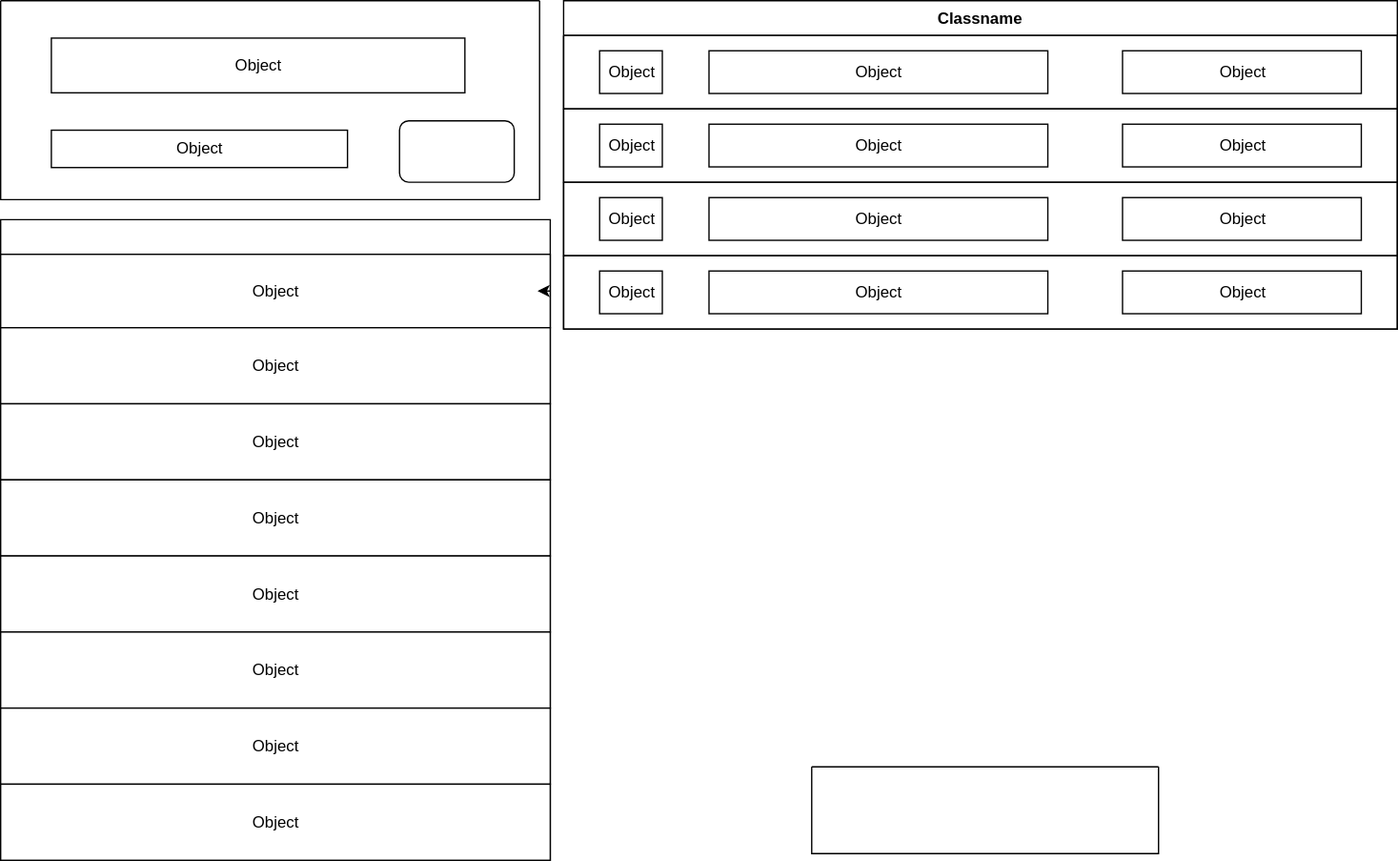
Earlier version of the draw.io export src/resources/wireframes.drawio.svg (simik394/1note-organizer). Source tidied: cells renumbered, new cells last; positions are measured from the earlier drawing's top-left corner, leaving out a move shared by most shapes.
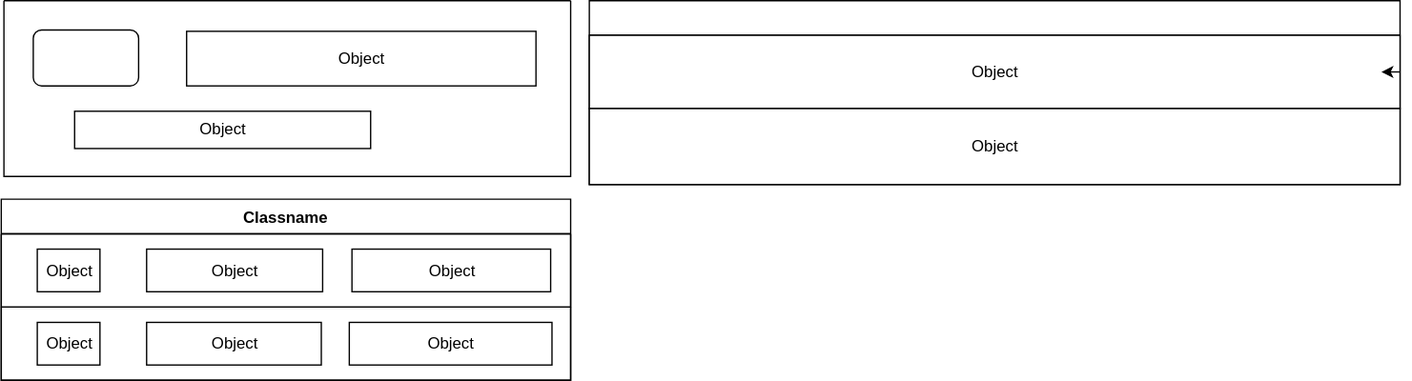
The same file after the commit.

Diff of the diagram source:
```diff
@@ -3,100 +3,55 @@
     <mxCell id="0" />
     <mxCell id="1" parent="0" />
     <mxCell id="2" style="swimlane;startSize=0;" parent="1" vertex="1">
-      <mxGeometry width="404" height="149" as="geometry" />
+      <mxGeometry y="-2" width="425" height="132" as="geometry" />
     </mxCell>
     <mxCell id="3" value="Object" style="html=1;" parent="2" vertex="1">
-      <mxGeometry x="38" y="97" width="222" height="28" as="geometry" />
+      <mxGeometry x="53" y="83" width="222" height="28" as="geometry" />
     </mxCell>
     <mxCell id="4" value="Object" style="html=1;" parent="2" vertex="1">
-      <mxGeometry x="38" y="28" width="310" height="41" as="geometry" />
+      <mxGeometry x="137" y="23" width="262" height="41" as="geometry" />
     </mxCell>
     <mxCell id="5" style="rounded=1;whiteSpace=wrap;html=1;" parent="2" vertex="1">
-      <mxGeometry x="299" y="90" width="86" height="46" as="geometry" />
+      <mxGeometry x="22" y="22" width="79" height="42" as="geometry" />
     </mxCell>
     <mxCell id="6" style="swimlane;fontStyle=1;align=center;verticalAlign=top;horizontal=1;startSize=26;" parent="1" vertex="1">
-      <mxGeometry y="164" width="412" height="480" as="geometry" />
+      <mxGeometry x="439" y="-2" width="608" height="138" as="geometry" />
     </mxCell>
     <mxCell id="7" value="Object" style="html=1;" parent="6" vertex="1">
-      <mxGeometry y="26" width="412" height="55" as="geometry" />
+      <mxGeometry y="26" width="608" height="55" as="geometry" />
     </mxCell>
     <mxCell id="8" value="Object" style="html=1;" parent="6" vertex="1">
-      <mxGeometry y="81" width="412" height="57" as="geometry" />
+      <mxGeometry y="81" width="608" height="57" as="geometry" />
     </mxCell>
-    <mxCell id="9" value="Object" style="html=1;" parent="6" vertex="1">
-      <mxGeometry y="138" width="412" height="57" as="geometry" />
-    </mxCell>
-    <mxCell id="10" value="Object" style="html=1;" parent="6" vertex="1">
-      <mxGeometry y="195" width="412" height="57" as="geometry" />
-    </mxCell>
-    <mxCell id="11" value="Object" style="html=1;" parent="6" vertex="1">
-      <mxGeometry y="252" width="412" height="57" as="geometry" />
-    </mxCell>
-    <mxCell id="12" value="Object" style="html=1;" parent="6" vertex="1">
-      <mxGeometry y="309" width="412" height="57" as="geometry" />
-    </mxCell>
-    <mxCell id="13" value="Object" style="html=1;" parent="6" vertex="1">
-      <mxGeometry y="366" width="412" height="57" as="geometry" />
-    </mxCell>
-    <mxCell id="14" value="Object" style="html=1;" parent="6" vertex="1">
-      <mxGeometry y="423" width="412" height="57" as="geometry" />
-    </mxCell>
     <mxCell id="15" style="edgeStyle=orthogonalEdgeStyle;rounded=0;orthogonalLoop=1;jettySize=auto;html=1;exitX=1;exitY=0.5;exitDx=0;exitDy=0;entryX=0.977;entryY=0.509;entryDx=0;entryDy=0;entryPerimeter=0;" parent="6" edge="1" source="7" target="7">
       <mxGeometry relative="1" as="geometry" />
     </mxCell>
-    <mxCell id="16" style="swimlane;startSize=0;" parent="1" vertex="1">
-      <mxGeometry x="608" y="574" width="260" height="65" as="geometry" />
-    </mxCell>
     <mxCell id="17" value="Classname" style="swimlane;fontStyle=1;align=center;verticalAlign=top;horizontal=1;startSize=26;" parent="1" vertex="1">
-      <mxGeometry x="422" width="625" height="246" as="geometry" />
+      <mxGeometry x="-2" y="147" width="427" height="136" as="geometry" />
     </mxCell>
     <mxCell id="18" style="swimlane;startSize=0;" parent="17" vertex="1">
-      <mxGeometry y="26" width="625" height="55" as="geometry" />
+      <mxGeometry y="26" width="427" height="55" as="geometry" />
     </mxCell>
     <mxCell id="19" value="Object" style="html=1;" parent="18" vertex="1">
       <mxGeometry x="27" y="11.5" width="47" height="32" as="geometry" />
     </mxCell>
     <mxCell id="20" value="Object" style="html=1;" parent="18" vertex="1">
-      <mxGeometry x="109" y="11.5" width="254" height="32" as="geometry" />
+      <mxGeometry x="109" y="11.5" width="132" height="32" as="geometry" />
     </mxCell>
     <mxCell id="21" value="Object" style="html=1;" parent="18" vertex="1">
-      <mxGeometry x="419" y="11.5" width="179" height="32" as="geometry" />
+      <mxGeometry x="263" y="11.5" width="149" height="32" as="geometry" />
     </mxCell>
     <mxCell id="22" style="swimlane;startSize=0;" parent="17" vertex="1">
-      <mxGeometry y="81" width="625" height="55" as="geometry" />
+      <mxGeometry y="81" width="427" height="55" as="geometry" />
     </mxCell>
     <mxCell id="23" value="Object" style="html=1;" parent="22" vertex="1">
       <mxGeometry x="27" y="11.5" width="47" height="32" as="geometry" />
     </mxCell>
     <mxCell id="24" value="Object" style="html=1;" parent="22" vertex="1">
-      <mxGeometry x="109" y="11.5" width="254" height="32" as="geometry" />
+      <mxGeometry x="109" y="11.5" width="131" height="32" as="geometry" />
     </mxCell>
     <mxCell id="25" value="Object" style="html=1;" parent="22" vertex="1">
-      <mxGeometry x="419" y="11.5" width="179" height="32" as="geometry" />
+      <mxGeometry x="261" y="11.5" width="152" height="32" as="geometry" />
     </mxCell>
-    <mxCell id="26" style="swimlane;startSize=0;" parent="17" vertex="1">
-      <mxGeometry y="136" width="625" height="55" as="geometry" />
-    </mxCell>
-    <mxCell id="27" value="Object" style="html=1;" parent="26" vertex="1">
-      <mxGeometry x="27" y="11.5" width="47" height="32" as="geometry" />
-    </mxCell>
-    <mxCell id="28" value="Object" style="html=1;" parent="26" vertex="1">
-      <mxGeometry x="109" y="11.5" width="254" height="32" as="geometry" />
-    </mxCell>
-    <mxCell id="29" value="Object" style="html=1;" parent="26" vertex="1">
-      <mxGeometry x="419" y="11.5" width="179" height="32" as="geometry" />
-    </mxCell>
-    <mxCell id="30" style="swimlane;startSize=0;" parent="17" vertex="1">
-      <mxGeometry y="191" width="625" height="55" as="geometry" />
-    </mxCell>
-    <mxCell id="31" value="Object" style="html=1;" parent="30" vertex="1">
-      <mxGeometry x="27" y="11.5" width="47" height="32" as="geometry" />
-    </mxCell>
-    <mxCell id="32" value="Object" style="html=1;" parent="30" vertex="1">
-      <mxGeometry x="109" y="11.5" width="254" height="32" as="geometry" />
-    </mxCell>
-    <mxCell id="33" value="Object" style="html=1;" parent="30" vertex="1">
-      <mxGeometry x="419" y="11.5" width="179" height="32" as="geometry" />
-    </mxCell>
   </root>
 </mxGraphModel>
```
